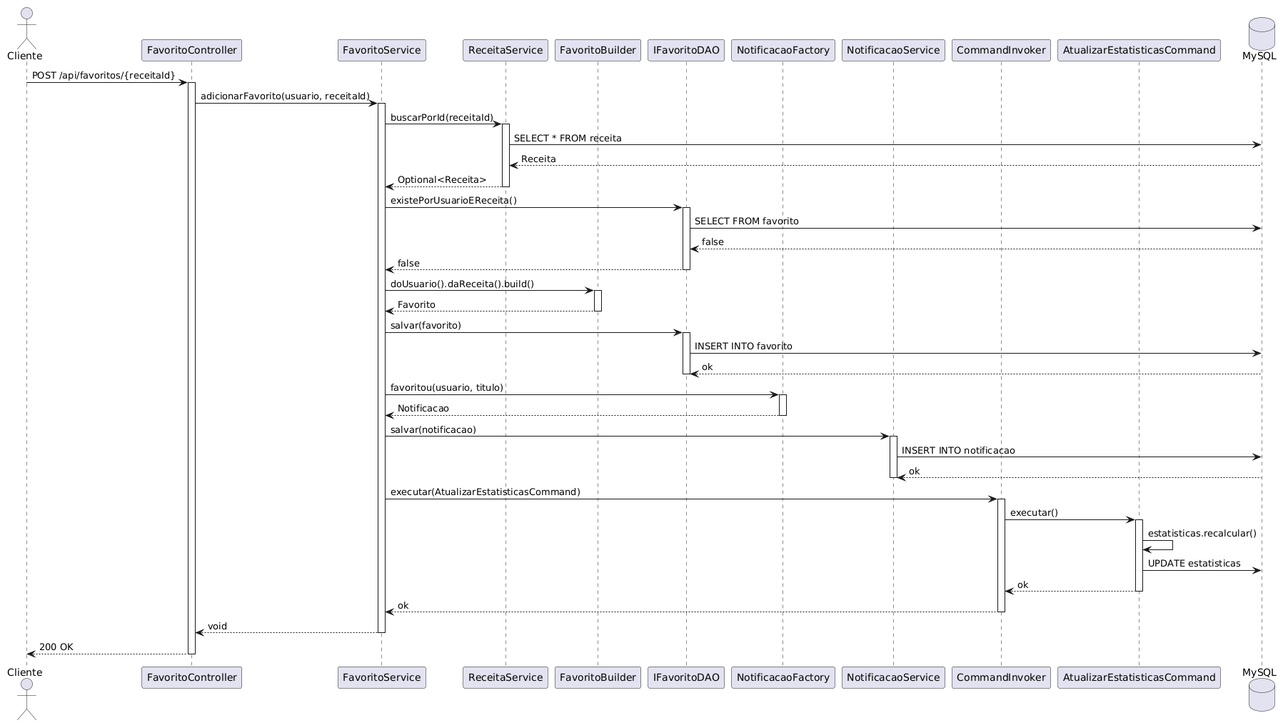
Before: Diagramas/Diagramas de Sequência/Receita/Diagrama de Sequencia - Favoritar Receita.png, a diagram exported from PlantUML (MatheusAbib/Jornal-de-Receitas).
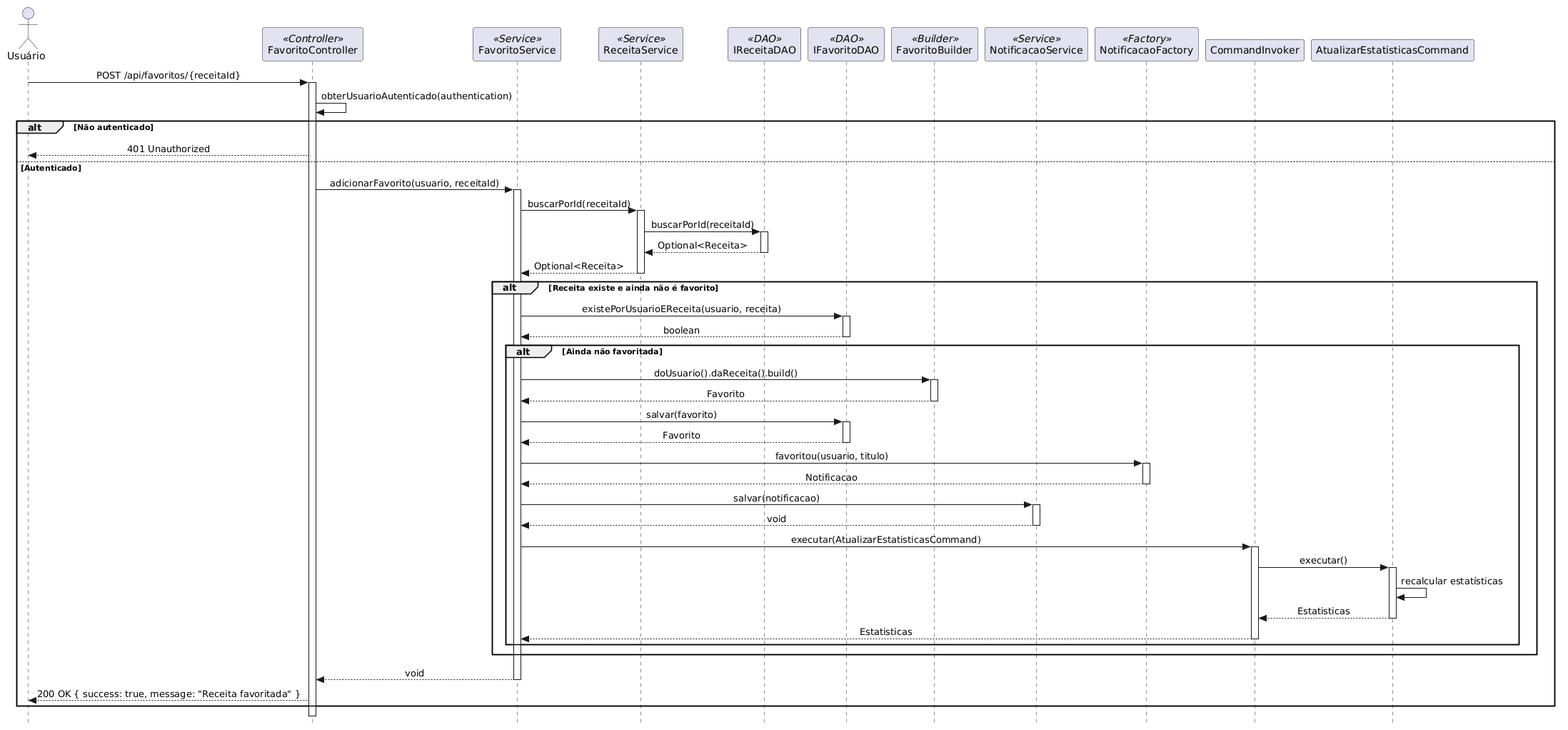
After the change.

Diff of the diagram source:
```diff
@@ -1,72 +1,72 @@
 @startuml
-actor "Cliente" as user
-participant "FavoritoController" as controller
-participant "FavoritoService" as favService
-participant "ReceitaService" as recService
-participant "FavoritoBuilder" as builder
-participant "IFavoritoDAO" as favDao
-participant "NotificacaoFactory" as notifFactory
-participant "NotificacaoService" as notifService
+skinparam style strictuml
+skinparam sequenceMessageAlign center
+skinparam shadowing false
+
+actor "Usuário" as user
+participant "FavoritoController" as ctrl <<Controller>>
+participant "FavoritoService" as svc <<Service>>
+participant "ReceitaService" as recSvc <<Service>>
+participant "IReceitaDAO" as recDao <<DAO>>
+participant "IFavoritoDAO" as favDao <<DAO>>
+participant "FavoritoBuilder" as builder <<Builder>>
+participant "NotificacaoService" as notifSvc <<Service>>
+participant "NotificacaoFactory" as notifFactory <<Factory>>
 participant "CommandInvoker" as invoker
 participant "AtualizarEstatisticasCommand" as cmdEst
-database "MySQL" as db
 
-user -> controller : POST /api/favoritos/{receitaId}
-activate controller
-
-controller -> favService : adicionarFavorito(usuario, receitaId)
-activate favService
-
-favService -> recService : buscarPorId(receitaId)
-activate recService
-recService -> db : SELECT * FROM receita
-db --> recService : Receita
-recService --> favService : Optional<Receita>
-deactivate recService
-
-favService -> favDao : existePorUsuarioEReceita()
-activate favDao
-favDao -> db : SELECT FROM favorito
-db --> favDao : false
-favDao --> favService : false
-deactivate favDao
-
-favService -> builder : doUsuario().daReceita().build()
-activate builder
-builder --> favService : Favorito
-deactivate builder
-
-favService -> favDao : salvar(favorito)
-activate favDao
-favDao -> db : INSERT INTO favorito
-db --> favDao : ok
-deactivate favDao
-
-favService -> notifFactory : favoritou(usuario, titulo)
-activate notifFactory
-notifFactory --> favService : Notificacao
-deactivate notifFactory
-
-favService -> notifService : salvar(notificacao)
-activate notifService
-notifService -> db : INSERT INTO notificacao
-db --> notifService : ok
-deactivate notifService
-
-favService -> invoker : executar(AtualizarEstatisticasCommand)
-activate invoker
-invoker -> cmdEst : executar()
-activate cmdEst
-cmdEst -> cmdEst : estatisticas.recalcular()
-cmdEst -> db : UPDATE estatisticas
-cmdEst --> invoker : ok
-deactivate cmdEst
-invoker --> favService : ok
-deactivate invoker
-
-favService --> controller : void
-deactivate favService
-
-controller --> user : 200 OK
-deactivate controller
+user -> ctrl: POST /api/favoritos/{receitaId}
+activate ctrl
+ctrl -> ctrl: obterUsuarioAutenticado(authentication)
+alt Não autenticado
+    ctrl --> user: 401 Unauthorized
+else Autenticado
+    ctrl -> svc: adicionarFavorito(usuario, receitaId)
+    activate svc
+    svc -> recSvc: buscarPorId(receitaId)
+    activate recSvc
+    recSvc -> recDao: buscarPorId(receitaId)
+    activate recDao
+    recDao --> recSvc: Optional<Receita>
+    deactivate recDao
+    recSvc --> svc: Optional<Receita>
+    deactivate recSvc
+    alt Receita existe e ainda não é favorito
+        svc -> favDao: existePorUsuarioEReceita(usuario, receita)
+        activate favDao
+        favDao --> svc: boolean
+        deactivate favDao
+        alt Ainda não favoritada
+            svc -> builder: doUsuario().daReceita().build()
+            activate builder
+            builder --> svc: Favorito
+            deactivate builder
+            svc -> favDao: salvar(favorito)
+            activate favDao
+            favDao --> svc: Favorito
+            deactivate favDao
+            svc -> notifFactory: favoritou(usuario, titulo)
+            activate notifFactory
+            notifFactory --> svc: Notificacao
+            deactivate notifFactory
+            svc -> notifSvc: salvar(notificacao)
+            activate notifSvc
+            notifSvc --> svc: void
+            deactivate notifSvc
+            svc -> invoker: executar(AtualizarEstatisticasCommand)
+            activate invoker
+            invoker -> cmdEst: executar()
+            activate cmdEst
+            cmdEst -> cmdEst: recalcular estatísticas
+            cmdEst --> invoker: Estatisticas
+            deactivate cmdEst
+            invoker --> svc: Estatisticas
+            deactivate invoker
+        end
+    end
+    svc --> ctrl: void
+    deactivate svc
+    ctrl --> user: 200 OK { success: true, message: "Receita favoritada" }
+end
+deactivate ctrl
 @enduml
```
